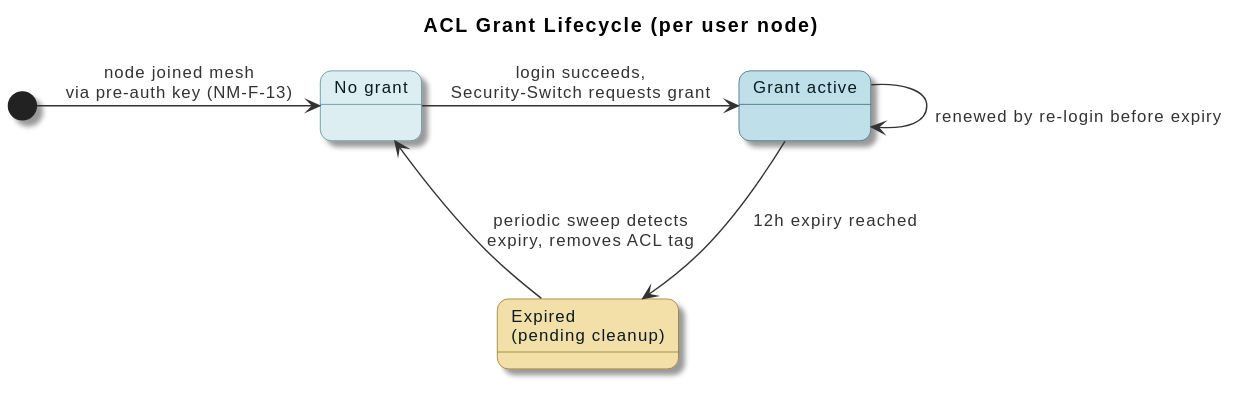
Earlier version of the PlantUML export docs/design/diagrams/rendered/operations/10-state-acl-grant.svg (Verryx-02/RAM-USB). The source it was exported from:
```plantuml
@startuml
!include ../_style.puml

title ACL Grant Lifecycle (per user node)

skinparam nodesep 40
skinparam ranksep 70

skinparam state {
  BackgroundColor #DCEEF2
  BorderColor #4A7E8C
  FontColor #0A1B22
}
skinparam state<<active>> {
  BackgroundColor #BFE0E8
  BorderColor #2F5A66
  FontColor #0A1B22
}
skinparam state<<pending>> {
  BackgroundColor #F2E0A8
  BorderColor #8B6F1A
  FontColor #0A1B22
}

state "No grant" as NoGrant
state "Grant active" as GrantActive <<active>>
state "Expired\n(pending cleanup)" as PendingCleanup <<pending>>

[*] -right-> NoGrant : node joined mesh\nvia pre-auth key (NM-F-13)

NoGrant -right-> GrantActive : login succeeds,\nSecurity-Switch requests grant

GrantActive -right-> GrantActive : \nrenewed by re-login before expiry

GrantActive -down-> PendingCleanup : 12h expiry reached

PendingCleanup -left-> NoGrant : \nperiodic sweep detects\nexpiry, removes ACL tag
@enduml
```
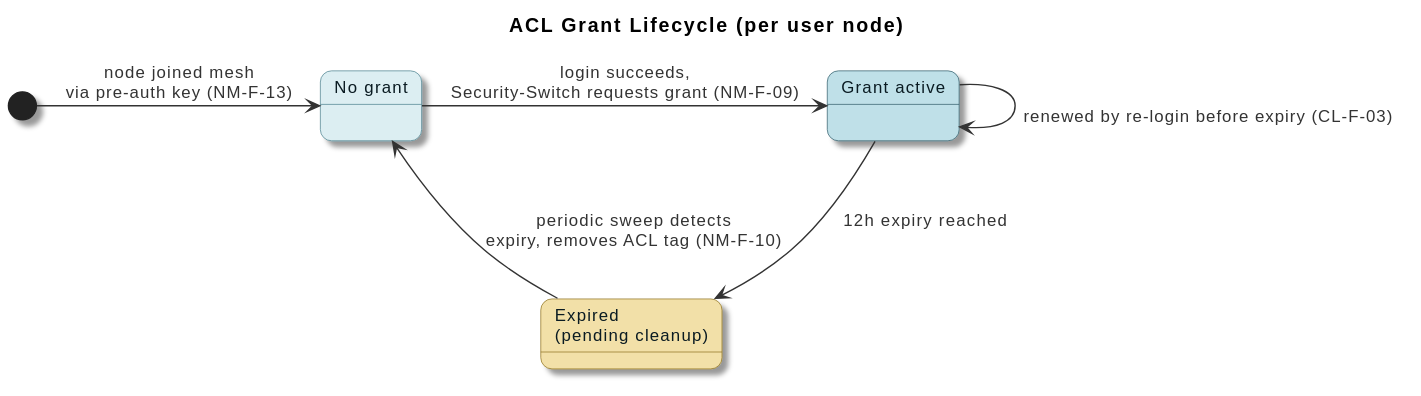
After the commit.

The edit, as a diff of the source:
```diff
@@ -28,11 +28,11 @@
 
 [*] -right-> NoGrant : node joined mesh\nvia pre-auth key (NM-F-13)
 
-NoGrant -right-> GrantActive : login succeeds,\nSecurity-Switch requests grant
+NoGrant -right-> GrantActive : login succeeds,\nSecurity-Switch requests grant (NM-F-09)
 
-GrantActive -right-> GrantActive : \nrenewed by re-login before expiry
+GrantActive -right-> GrantActive : \nrenewed by re-login before expiry (CL-F-03)
 
 GrantActive -down-> PendingCleanup : 12h expiry reached
 
-PendingCleanup -left-> NoGrant : \nperiodic sweep detects\nexpiry, removes ACL tag
+PendingCleanup -left-> NoGrant : \nperiodic sweep detects\nexpiry, removes ACL tag (NM-F-10)
 @enduml
```
